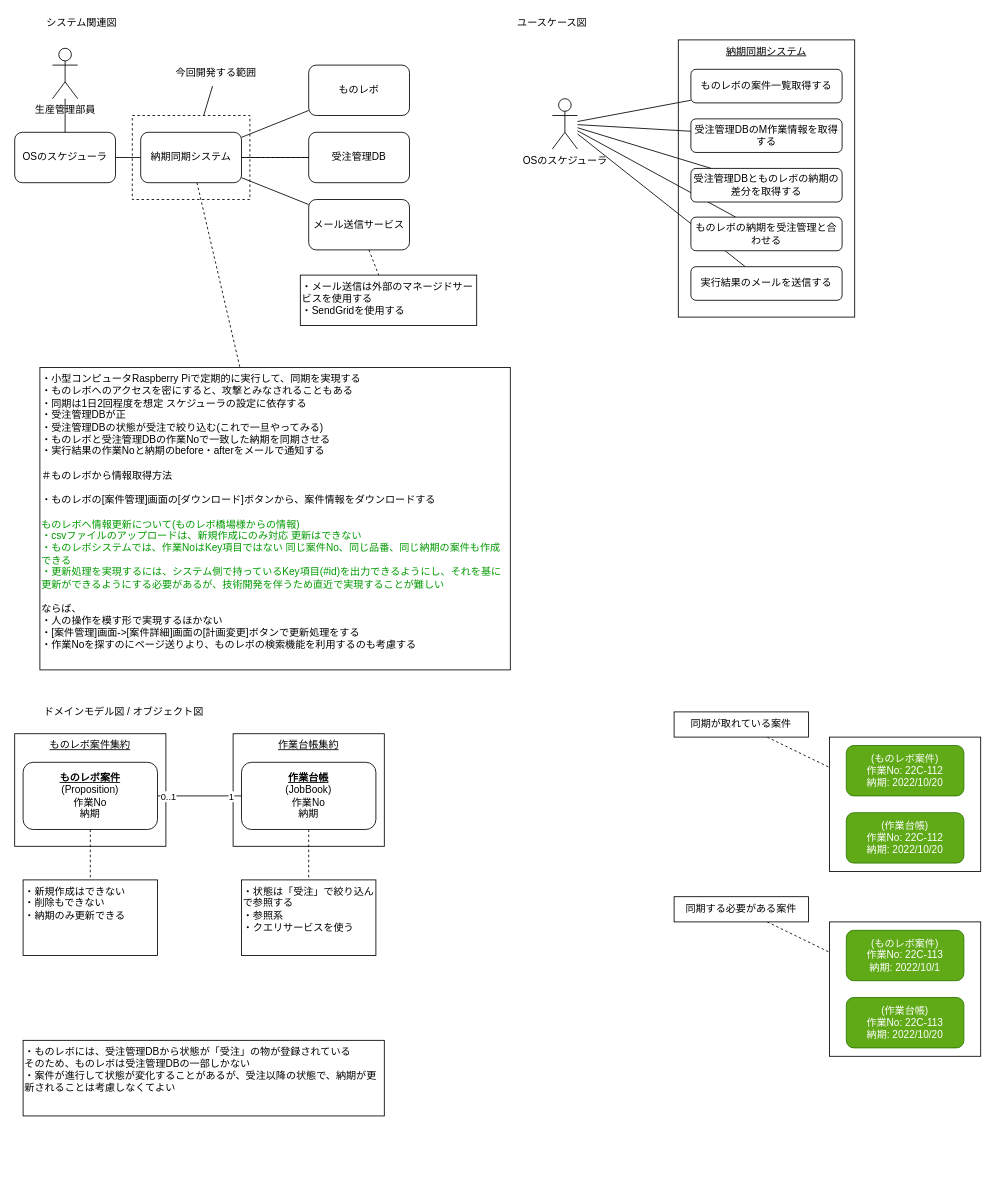
Earlier version of the draw.io diagram Diagrams/sudoDiagram.drawio (Matazoro-Kemtari/SynchronizeMonorevoDeliveryDates). Source tidied: cells renumbered, new cells numbered last; positions are measured from the earlier drawing's top-left corner, leaving out a move shared by most shapes. Both pictures are drawn from the tidied source at 84%, with x=0, y=0 at pixel (14, 14).
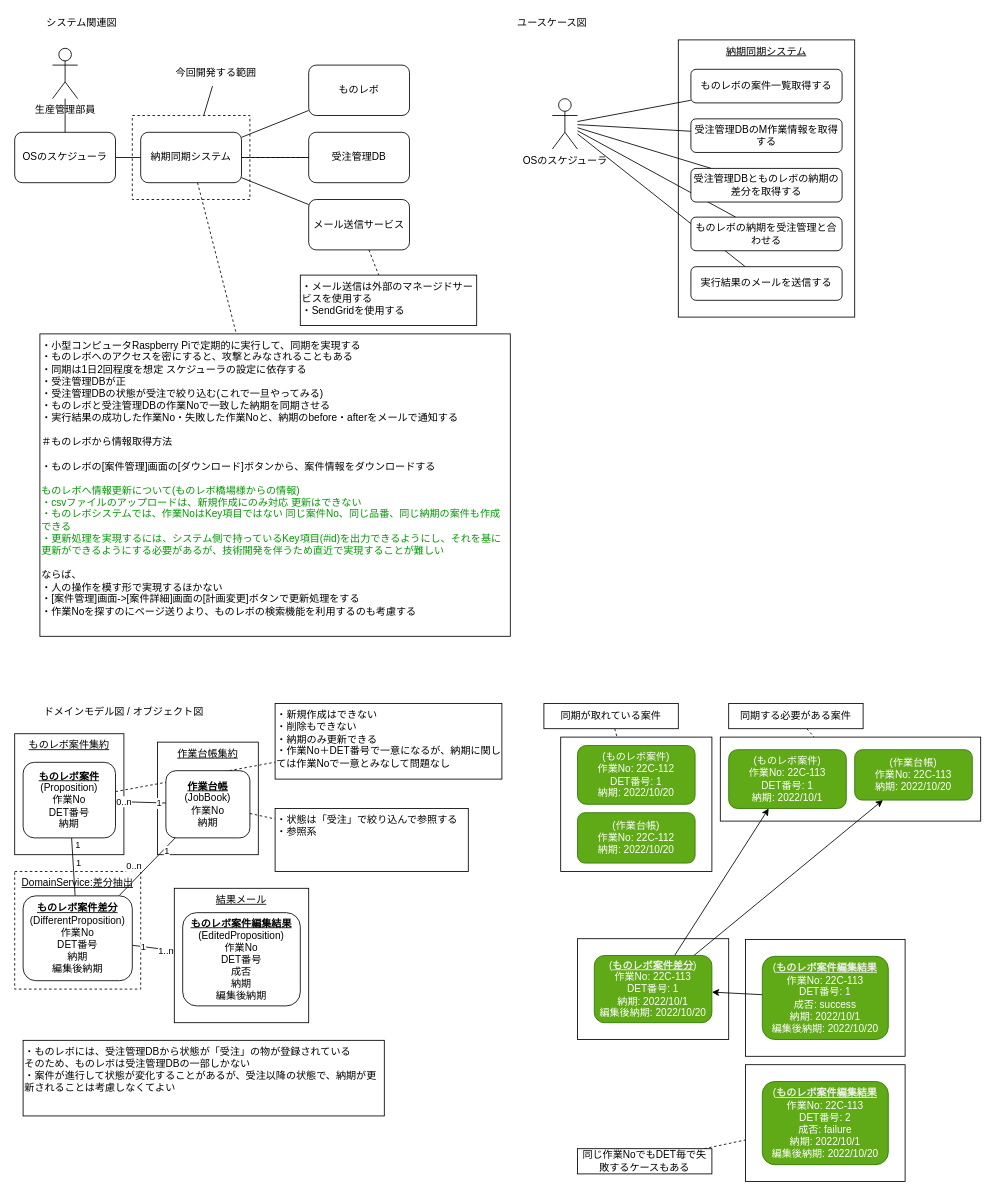
The same diagram, later.

Commit message (it also covers changes not shown here):
差分抽出・メール報告のモデル追加

The change refers to these unchanged cells:
```xml
<mxCell id="40" style="edgeStyle=none;html=1;fontColor=default;endArrow=none;endFill=0;" parent="1" edge="1" source="43" target="45">
  <mxGeometry relative="1" as="geometry" />
</mxCell>
```

Diff of the diagram source:
```diff
@@
+    <mxCell id="58" value="&lt;u&gt;DomainService:&lt;/u&gt;&lt;u&gt;差分抽出&lt;br&gt;&lt;/u&gt;" style="rounded=0;whiteSpace=wrap;html=1;verticalAlign=top;dashed=1;" parent="1" vertex="1">
+      <mxGeometry y="1020" width="150" height="140" as="geometry" />
+    </mxCell>
     <mxCell id="2" value="&lt;u&gt;作業台帳集約&lt;/u&gt;" style="rounded=0;whiteSpace=wrap;html=1;verticalAlign=top;" parent="1" vertex="1">
-      <mxGeometry x="260" y="856" width="180" height="134" as="geometry" />
+      <mxGeometry x="170" y="866" width="120" height="134" as="geometry" />
     </mxCell>
     <mxCell id="3" value="&lt;u&gt;ものレボ案件集約&lt;/u&gt;" style="rounded=0;whiteSpace=wrap;html=1;verticalAlign=top;" parent="1" vertex="1">
-      <mxGeometry y="856" width="180" height="134" as="geometry" />
+      <mxGeometry y="856" width="130" height="144" as="geometry" />
     </mxCell>
     <mxCell id="4" style="rounded=0;whiteSpace=wrap;html=1;fontColor=#009900;" parent="1" vertex="1">
-      <mxGeometry x="970" y="860" width="180" height="160" as="geometry" />
+      <mxGeometry x="650" y="860" width="180" height="160" as="geometry" />
     </mxCell>
@@
-    <mxCell id="19" value="&lt;div&gt;・小型コンピュータRaspberry Piで定期的に実行して、同期を実現する&lt;/div&gt;&lt;div&gt;・ものレボへのアクセスを密にすると、攻撃とみなされることもある&lt;/div&gt;&lt;div&gt;・同期は1日2回程度を想定 スケジューラの設定に依存する&lt;/div&gt;&lt;div&gt;・受注管理DBが正&lt;/div&gt;&lt;div&gt;・受注管理DBの状態が受注で絞り込む(これで一旦やってみる)&lt;/div&gt;&lt;div&gt;・ものレボと受注管理DBの作業Noで一致した納期を同期させる&lt;/div&gt;&lt;div&gt;・実行結果の作業Noと納期のbefore・afterをメールで通知する&lt;/div&gt;&lt;div&gt;&lt;br&gt;&lt;/div&gt;&lt;div&gt;＃ものレボから情報取得方法&lt;/div&gt;&lt;div&gt;&lt;br&gt;&lt;/div&gt;&lt;div&gt;・ものレボの[案件管理]画面の[ダウンロード]ボタンから、案件情報をダウンロードする&lt;br&gt;&lt;/div&gt;&lt;div&gt;&lt;br&gt;&lt;/div&gt;&lt;div&gt;&lt;font color=&quot;#009900&quot;&gt;ものレボへ情報更新について(ものレボ橋場様からの情報)&lt;/font&gt;&lt;/div&gt;&lt;div&gt;&lt;span style=&quot;color: rgb(0 , 153 , 0)&quot;&gt;・csvファイルのアップロードは、新規作成にのみ対応 更新はできない&lt;/span&gt;&lt;br&gt;&lt;/div&gt;&lt;div&gt;&lt;font color=&quot;#009900&quot;&gt;・ものレボシステムでは、作業NoはKey項目ではない&amp;nbsp;&lt;span&gt;同じ案件No、同じ品番、同じ納期の案件も作成できる&lt;/span&gt;&lt;/font&gt;&lt;/div&gt;&lt;div&gt;&lt;font color=&quot;#009900&quot;&gt;&lt;span&gt;・&lt;/span&gt;&lt;span&gt;更新処理を実現するには、システム側で持っているKey項目(#id)を&lt;/span&gt;&lt;span&gt;出力できるようにし、それを基に更新ができるようにする必要があるが、&lt;/span&gt;&lt;span&gt;技術開発を伴うため直近で実現することが難しい&lt;/span&gt;&lt;/font&gt;&lt;/div&gt;&lt;div&gt;&lt;span&gt;&lt;br&gt;&lt;/span&gt;&lt;/div&gt;&lt;div&gt;&lt;span&gt;ならば、&lt;/span&gt;&lt;/div&gt;&lt;div&gt;&lt;span&gt;・人の操作を模す形で実現するほかない&lt;/span&gt;&lt;/div&gt;&lt;div&gt;&lt;span&gt;・[案件管理]画面-&amp;gt;[案件詳細]画面の[計画変更]ボタンで更新処理をする&lt;/span&gt;&lt;/div&gt;&lt;div&gt;&lt;span&gt;・作業Noを探すのにページ送りより、ものレボの検索機能を利用するのも考慮する&lt;/span&gt;&lt;/div&gt;&lt;div&gt;&lt;br&gt;&lt;/div&gt;" style="rounded=0;whiteSpace=wrap;html=1;align=left;verticalAlign=top;" parent="1" vertex="1">
-      <mxGeometry x="30" y="420" width="560" height="360" as="geometry" />
+    <mxCell id="19" value="&lt;div&gt;・小型コンピュータRaspberry Piで定期的に実行して、同期を実現する&lt;/div&gt;&lt;div&gt;・ものレボへのアクセスを密にすると、攻撃とみなされることもある&lt;/div&gt;&lt;div&gt;・同期は1日2回程度を想定 スケジューラの設定に依存する&lt;/div&gt;&lt;div&gt;・受注管理DBが正&lt;/div&gt;&lt;div&gt;・受注管理DBの状態が受注で絞り込む(これで一旦やってみる)&lt;/div&gt;&lt;div&gt;・ものレボと受注管理DBの作業Noで一致した納期を同期させる&lt;/div&gt;&lt;div&gt;・実行結果の成功した作業No・失敗した作業Noと、納期のbefore・afterをメールで通知する&lt;/div&gt;&lt;div&gt;&lt;br&gt;&lt;/div&gt;&lt;div&gt;＃ものレボから情報取得方法&lt;/div&gt;&lt;div&gt;&lt;br&gt;&lt;/div&gt;&lt;div&gt;・ものレボの[案件管理]画面の[ダウンロード]ボタンから、案件情報をダウンロードする&lt;br&gt;&lt;/div&gt;&lt;div&gt;&lt;br&gt;&lt;/div&gt;&lt;div&gt;&lt;font color=&quot;#009900&quot;&gt;ものレボへ情報更新について(ものレボ橋場様からの情報)&lt;/font&gt;&lt;/div&gt;&lt;div&gt;&lt;span style=&quot;color: rgb(0 , 153 , 0)&quot;&gt;・csvファイルのアップロードは、新規作成にのみ対応 更新はできない&lt;/span&gt;&lt;br&gt;&lt;/div&gt;&lt;div&gt;&lt;font color=&quot;#009900&quot;&gt;・ものレボシステムでは、作業NoはKey項目ではない&amp;nbsp;&lt;span&gt;同じ案件No、同じ品番、同じ納期の案件も作成できる&lt;/span&gt;&lt;/font&gt;&lt;/div&gt;&lt;div&gt;&lt;font color=&quot;#009900&quot;&gt;&lt;span&gt;・&lt;/span&gt;&lt;span&gt;更新処理を実現するには、システム側で持っているKey項目(#id)を&lt;/span&gt;&lt;span&gt;出力できるようにし、それを基に更新ができるようにする必要があるが、&lt;/span&gt;&lt;span&gt;技術開発を伴うため直近で実現することが難しい&lt;/span&gt;&lt;/font&gt;&lt;/div&gt;&lt;div&gt;&lt;span&gt;&lt;br&gt;&lt;/span&gt;&lt;/div&gt;&lt;div&gt;&lt;span&gt;ならば、&lt;/span&gt;&lt;/div&gt;&lt;div&gt;&lt;span&gt;・人の操作を模す形で実現するほかない&lt;/span&gt;&lt;/div&gt;&lt;div&gt;&lt;span&gt;・[案件管理]画面-&amp;gt;[案件詳細]画面の[計画変更]ボタンで更新処理をする&lt;/span&gt;&lt;/div&gt;&lt;div&gt;&lt;span&gt;・作業Noを探すのにページ送りより、ものレボの検索機能を利用するのも考慮する&lt;/span&gt;&lt;/div&gt;&lt;div&gt;&lt;br&gt;&lt;/div&gt;" style="rounded=0;whiteSpace=wrap;html=1;align=left;verticalAlign=top;" parent="1" vertex="1">
+      <mxGeometry x="30" y="380" width="560" height="360" as="geometry" />
     </mxCell>
@@
-    <mxCell id="27" value="(ものレボ案件)&lt;br&gt;作業No: 22C-112&lt;br&gt;納期: 2022/10/20" style="rounded=1;whiteSpace=wrap;html=1;verticalAlign=middle;align=center;fillColor=#60a917;strokeColor=#2D7600;fontColor=#ffffff;" parent="1" vertex="1">
-      <mxGeometry x="990" y="870" width="140" height="60" as="geometry" />
+    <mxCell id="27" value="(ものレボ案件)&lt;br&gt;作業No: 22C-112&lt;br&gt;DET番号: 1&lt;br&gt;納期: 2022/10/20" style="rounded=1;whiteSpace=wrap;html=1;verticalAlign=middle;align=center;fillColor=#60a917;strokeColor=#2D7600;fontColor=#ffffff;" parent="1" vertex="1">
+      <mxGeometry x="670" y="870" width="140" height="70" as="geometry" />
     </mxCell>
     <mxCell id="28" value="(作業台帳)&lt;br&gt;作業No: 22C-112&lt;br&gt;納期: 2022/10/20" style="rounded=1;whiteSpace=wrap;html=1;verticalAlign=middle;align=center;fillColor=#60a917;strokeColor=#2D7600;fontColor=#ffffff;" parent="1" vertex="1">
-      <mxGeometry x="990" y="950" width="140" height="60" as="geometry" />
+      <mxGeometry x="670" y="950" width="140" height="60" as="geometry" />
     </mxCell>
@@
-    <mxCell id="41" value="0..1" style="edgeLabel;html=1;align=center;verticalAlign=middle;fontColor=default;" parent="40" vertex="1">
-      <mxGeometry x="-0.77" relative="1" as="geometry" />
+    <mxCell id="41" value="0..n" style="edgeLabel;html=1;align=center;verticalAlign=middle;fontColor=default;" parent="40" vertex="1">
+      <mxGeometry x="-0.77" relative="1" as="geometry">
+        <mxPoint x="3" as="offset" />
+      </mxGeometry>
     </mxCell>
@@
+    <mxCell id="59" value="1" style="edgeStyle=none;html=1;endArrow=none;endFill=0;" parent="1" edge="1" source="43" target="67">
+      <mxGeometry x="-0.74" y="7" relative="1" as="geometry" />
+    </mxCell>
+    <mxCell id="60" value="1" style="edgeLabel;html=1;align=center;verticalAlign=middle;" parent="59" vertex="1">
+      <mxGeometry x="0.24" relative="1" as="geometry">
+        <mxPoint x="5" y="-13" as="offset" />
+      </mxGeometry>
+    </mxCell>
-    <mxCell id="43" value="&lt;u&gt;&lt;b&gt;ものレボ案件&lt;br&gt;&lt;/b&gt;&lt;/u&gt;(Proposition)&lt;br&gt;作業No&lt;br&gt;納期" style="rounded=1;whiteSpace=wrap;html=1;verticalAlign=middle;align=center;" parent="1" vertex="1">
-      <mxGeometry x="10" y="890" width="160" height="80" as="geometry" />
+    <mxCell id="43" value="&lt;u&gt;&lt;b&gt;ものレボ案件&lt;br&gt;&lt;/b&gt;&lt;/u&gt;(Proposition)&lt;br&gt;作業No&lt;br&gt;DET番号&lt;br&gt;納期" style="rounded=1;whiteSpace=wrap;html=1;verticalAlign=middle;align=center;" parent="1" vertex="1">
+      <mxGeometry x="10" y="890" width="110" height="90" as="geometry" />
     </mxCell>
@@
     <mxCell id="45" value="&lt;u&gt;&lt;b&gt;作業台帳&lt;br&gt;&lt;/b&gt;&lt;/u&gt;(JobBook)&lt;br&gt;作業No&lt;br&gt;納期" style="rounded=1;whiteSpace=wrap;html=1;verticalAlign=middle;align=center;" parent="1" vertex="1">
-      <mxGeometry x="270" y="890" width="160" height="80" as="geometry" />
+      <mxGeometry x="180" y="900" width="100" height="80" as="geometry" />
     </mxCell>
@@
     <mxCell id="47" value="同期が取れている案件" style="rounded=0;whiteSpace=wrap;html=1;fontColor=default;" parent="1" vertex="1">
-      <mxGeometry x="785" y="830" width="160" height="30" as="geometry" />
+      <mxGeometry x="630" y="820" width="160" height="30" as="geometry" />
     </mxCell>
     <mxCell id="48" style="rounded=0;whiteSpace=wrap;html=1;fontColor=#009900;" parent="1" vertex="1">
-      <mxGeometry x="970" y="1080" width="180" height="160" as="geometry" />
+      <mxGeometry x="840" y="860" width="310" height="100" as="geometry" />
     </mxCell>
-    <mxCell id="49" value="(ものレボ案件)&lt;br&gt;作業No: 22C-113&lt;br&gt;納期: 2022/10/1" style="rounded=1;whiteSpace=wrap;html=1;verticalAlign=middle;align=center;fillColor=#60a917;strokeColor=#2D7600;fontColor=#ffffff;" parent="1" vertex="1">
-      <mxGeometry x="990" y="1090" width="140" height="60" as="geometry" />
+    <mxCell id="49" value="(ものレボ案件)&lt;br&gt;作業No: 22C-113&lt;br&gt;DET番号: 1&lt;br&gt;納期: 2022/10/1" style="rounded=1;whiteSpace=wrap;html=1;verticalAlign=middle;align=center;fillColor=#60a917;strokeColor=#2D7600;fontColor=#ffffff;" parent="1" vertex="1">
+      <mxGeometry x="850" y="875" width="140" height="70" as="geometry" />
     </mxCell>
     <mxCell id="50" value="(作業台帳)&lt;br&gt;作業No: 22C-113&lt;br&gt;納期: 2022/10/20" style="rounded=1;whiteSpace=wrap;html=1;verticalAlign=middle;align=center;fillColor=#60a917;strokeColor=#2D7600;fontColor=#ffffff;" parent="1" vertex="1">
-      <mxGeometry x="990" y="1170" width="140" height="60" as="geometry" />
+      <mxGeometry x="1000" y="875" width="140" height="60" as="geometry" />
     </mxCell>
@@
     <mxCell id="52" value="同期する必要がある案件" style="rounded=0;whiteSpace=wrap;html=1;fontColor=default;" parent="1" vertex="1">
-      <mxGeometry x="785" y="1050" width="160" height="30" as="geometry" />
+      <mxGeometry x="850" y="820" width="160" height="30" as="geometry" />
     </mxCell>
-    <mxCell id="53" value="・状態は「受注」で絞り込んで参照する&lt;br&gt;・参照系&lt;br&gt;・クエリサービスを使う" style="rounded=0;whiteSpace=wrap;html=1;align=left;verticalAlign=top;" parent="1" vertex="1">
-      <mxGeometry x="270" y="1030" width="160" height="90" as="geometry" />
+    <mxCell id="53" value="・状態は「受注」で絞り込んで参照する&lt;br&gt;・参照系" style="rounded=0;whiteSpace=wrap;html=1;align=left;verticalAlign=top;" parent="1" vertex="1">
+      <mxGeometry x="310" y="945" width="230" height="75" as="geometry" />
     </mxCell>
-    <mxCell id="54" value="・新規作成はできない&lt;br&gt;・削除もできない&lt;br&gt;・納期のみ更新できる&lt;br&gt;" style="rounded=0;whiteSpace=wrap;html=1;align=left;verticalAlign=top;" parent="1" vertex="1">
-      <mxGeometry x="10" y="1030" width="160" height="90" as="geometry" />
+    <mxCell id="54" value="・新規作成はできない&lt;br&gt;・削除もできない&lt;br&gt;・納期のみ更新できる&lt;br&gt;・作業No＋DET番号で一意になるが、納期に関しては作業Noで一意とみなして問題なし" style="rounded=0;whiteSpace=wrap;html=1;align=left;verticalAlign=top;" parent="1" vertex="1">
+      <mxGeometry x="310" y="820" width="270" height="90" as="geometry" />
     </mxCell>
@@
+    <mxCell id="61" style="edgeStyle=none;html=1;endArrow=none;endFill=0;" parent="1" edge="1" source="67" target="69">
+      <mxGeometry relative="1" as="geometry" />
+    </mxCell>
+    <mxCell id="62" value="1" style="edgeLabel;html=1;align=center;verticalAlign=middle;" parent="61" vertex="1">
+      <mxGeometry x="-0.57" relative="1" as="geometry" />
+    </mxCell>
+    <mxCell id="63" value="1..n" style="edgeLabel;html=1;align=center;verticalAlign=middle;" parent="61" vertex="1">
+      <mxGeometry x="0.5" y="-1" relative="1" as="geometry">
+        <mxPoint x="-5" as="offset" />
+      </mxGeometry>
+    </mxCell>
+    <mxCell id="64" style="edgeStyle=none;html=1;endArrow=none;endFill=0;" parent="1" edge="1" source="67" target="45">
+      <mxGeometry relative="1" as="geometry" />
+    </mxCell>
+    <mxCell id="65" value="1" style="edgeLabel;html=1;align=center;verticalAlign=middle;" parent="64" vertex="1">
+      <mxGeometry x="0.62" y="-3" relative="1" as="geometry" />
+    </mxCell>
+    <mxCell id="66" value="0..n" style="edgeLabel;html=1;align=center;verticalAlign=middle;" parent="64" vertex="1">
+      <mxGeometry x="-0.36" y="-2" relative="1" as="geometry">
+        <mxPoint x="-6" y="-15" as="offset" />
+      </mxGeometry>
+    </mxCell>
+    <mxCell id="67" value="&lt;u&gt;&lt;b&gt;ものレボ案件差分&lt;br&gt;&lt;/b&gt;&lt;/u&gt;(DifferentProposition&lt;span&gt;)&lt;/span&gt;&lt;br&gt;作業No&lt;br&gt;DET番号&lt;br&gt;納期&lt;br&gt;編集後納期" style="rounded=1;whiteSpace=wrap;html=1;verticalAlign=middle;align=center;" parent="1" vertex="1">
+      <mxGeometry x="10" y="1049" width="130" height="101" as="geometry" />
+    </mxCell>
+    <mxCell id="68" value="&lt;u&gt;結果メール&lt;br&gt;&lt;/u&gt;" style="rounded=0;whiteSpace=wrap;html=1;verticalAlign=top;" parent="1" vertex="1">
+      <mxGeometry x="190" y="1040" width="160" height="160" as="geometry" />
+    </mxCell>
+    <mxCell id="69" value="&lt;u&gt;&lt;b&gt;ものレボ案件編集結果&lt;br&gt;&lt;/b&gt;&lt;/u&gt;(EditedProposition&lt;span&gt;)&lt;/span&gt;&lt;br&gt;作業No&lt;br&gt;DET番号&lt;br&gt;成否&lt;br&gt;納期&lt;br&gt;編集後納期" style="rounded=1;whiteSpace=wrap;html=1;verticalAlign=middle;align=center;" parent="1" vertex="1">
+      <mxGeometry x="200" y="1069" width="140" height="111" as="geometry" />
+    </mxCell>
+    <mxCell id="70" style="rounded=0;whiteSpace=wrap;html=1;fontColor=#009900;" parent="1" vertex="1">
+      <mxGeometry x="670" y="1100" width="180" height="120" as="geometry" />
+    </mxCell>
+    <mxCell id="71" style="edgeStyle=none;html=1;fontSize=12;endArrow=classic;endFill=1;" parent="1" edge="1" source="73" target="49">
+      <mxGeometry relative="1" as="geometry" />
+    </mxCell>
+    <mxCell id="72" style="edgeStyle=none;html=1;fontSize=12;endArrow=classic;endFill=1;" parent="1" edge="1" source="73" target="50">
+      <mxGeometry relative="1" as="geometry" />
+    </mxCell>
+    <mxCell id="73" value="(&lt;u style=&quot;color: rgb(240 , 240 , 240)&quot;&gt;&lt;b&gt;ものレボ案件差分&lt;/b&gt;&lt;/u&gt;)&lt;br&gt;作業No: 22C-113&lt;br&gt;DET番号: 1&lt;br&gt;納期: 2022/10/1&lt;br&gt;編集後納期: 2022/10/20" style="rounded=1;whiteSpace=wrap;html=1;verticalAlign=middle;align=center;fillColor=#60a917;strokeColor=#2D7600;fontColor=#ffffff;" parent="1" vertex="1">
+      <mxGeometry x="690" y="1120" width="140" height="80" as="geometry" />
+    </mxCell>
+    <mxCell id="74" style="rounded=0;whiteSpace=wrap;html=1;fontColor=#009900;" parent="1" vertex="1">
+      <mxGeometry x="870" y="1101" width="190" height="139" as="geometry" />
+    </mxCell>
+    <mxCell id="75" style="edgeStyle=none;html=1;fontSize=12;endArrow=classic;endFill=1;" parent="1" edge="1" source="76" target="73">
+      <mxGeometry relative="1" as="geometry" />
+    </mxCell>
+    <mxCell id="76" value="(&lt;u style=&quot;color: rgb(240 , 240 , 240)&quot;&gt;&lt;b&gt;ものレボ案件編集結果&lt;/b&gt;&lt;/u&gt;&lt;br&gt;作業No: 22C-113&lt;br&gt;DET番号: 1&lt;br&gt;成否:&amp;nbsp;&lt;span&gt;success&lt;/span&gt;&lt;span&gt;&lt;br&gt;&lt;/span&gt;納期: 2022/10/1&lt;br&gt;編集後納期: 2022/10/20" style="rounded=1;whiteSpace=wrap;html=1;verticalAlign=middle;align=center;fillColor=#60a917;strokeColor=#2D7600;fontColor=#ffffff;" parent="1" vertex="1">
+      <mxGeometry x="890" y="1121" width="150" height="99" as="geometry" />
+    </mxCell>
+    <mxCell id="77" style="rounded=0;whiteSpace=wrap;html=1;fontColor=#009900;" parent="1" vertex="1">
+      <mxGeometry x="870" y="1250" width="190" height="139" as="geometry" />
+    </mxCell>
+    <mxCell id="78" value="(&lt;u style=&quot;color: rgb(240 , 240 , 240)&quot;&gt;&lt;b&gt;ものレボ案件編集結果&lt;/b&gt;&lt;/u&gt;&lt;br&gt;作業No: 22C-113&lt;br&gt;DET番号: 2&lt;br&gt;成否:&amp;nbsp;&lt;span&gt;failure&lt;/span&gt;&lt;span&gt;&lt;br&gt;&lt;/span&gt;納期: 2022/10/1&lt;br&gt;編集後納期: 2022/10/20" style="rounded=1;whiteSpace=wrap;html=1;verticalAlign=middle;align=center;fillColor=#60a917;strokeColor=#2D7600;fontColor=#ffffff;" parent="1" vertex="1">
+      <mxGeometry x="890" y="1270" width="150" height="99" as="geometry" />
+    </mxCell>
+    <mxCell id="79" style="edgeStyle=none;html=1;fontSize=12;endArrow=none;endFill=0;dashed=1;" parent="1" edge="1" source="80" target="77">
+      <mxGeometry relative="1" as="geometry" />
+    </mxCell>
+    <mxCell id="80" value="同じ作業NoでもDET毎で失敗するケースもある" style="rounded=0;whiteSpace=wrap;html=1;fontColor=default;" parent="1" vertex="1">
+      <mxGeometry x="670" y="1350" width="160" height="30" as="geometry" />
+    </mxCell>
```
